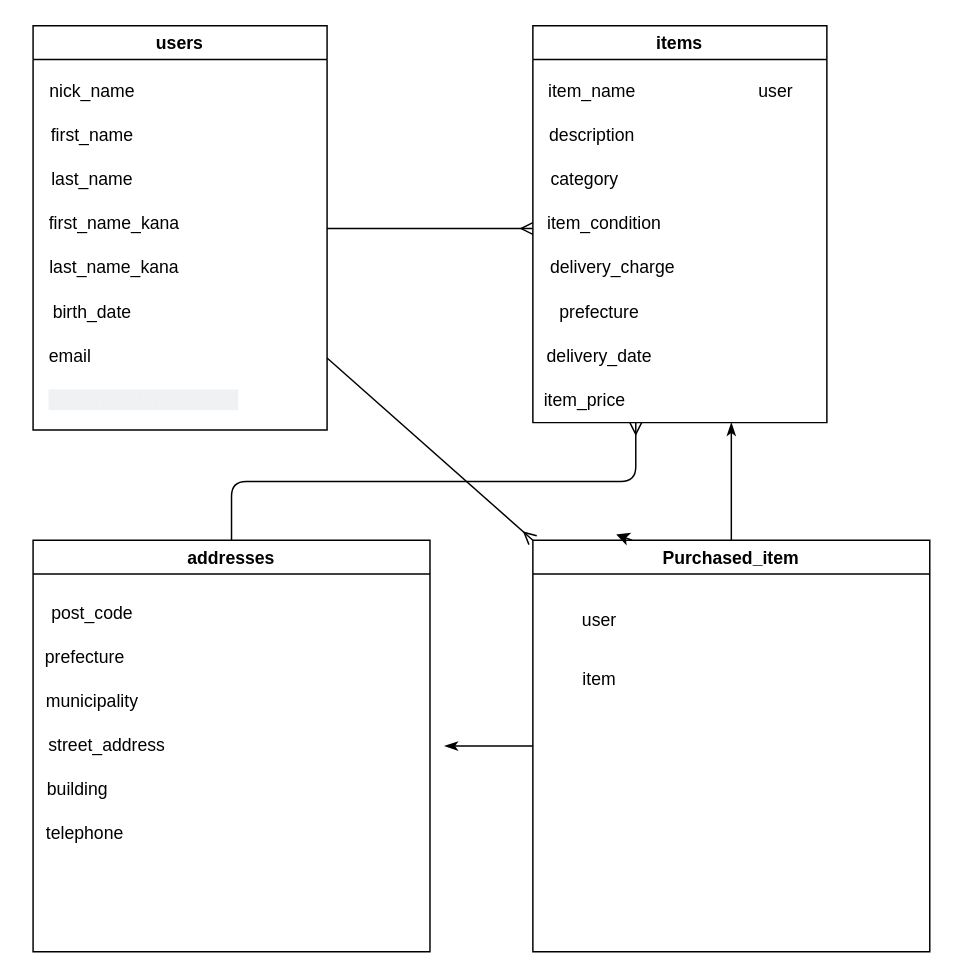
The draw.io diagram test.dio in CrazyDiamond777/furima-40166, before the edit. Source tidied: cells renumbered, new cells numbered last; positions are measured from the earlier drawing's top-left corner, leaving out a move shared by most shapes. Both pictures are drawn from the tidied source at 147%, with x=0, y=0 at pixel (25, 25).
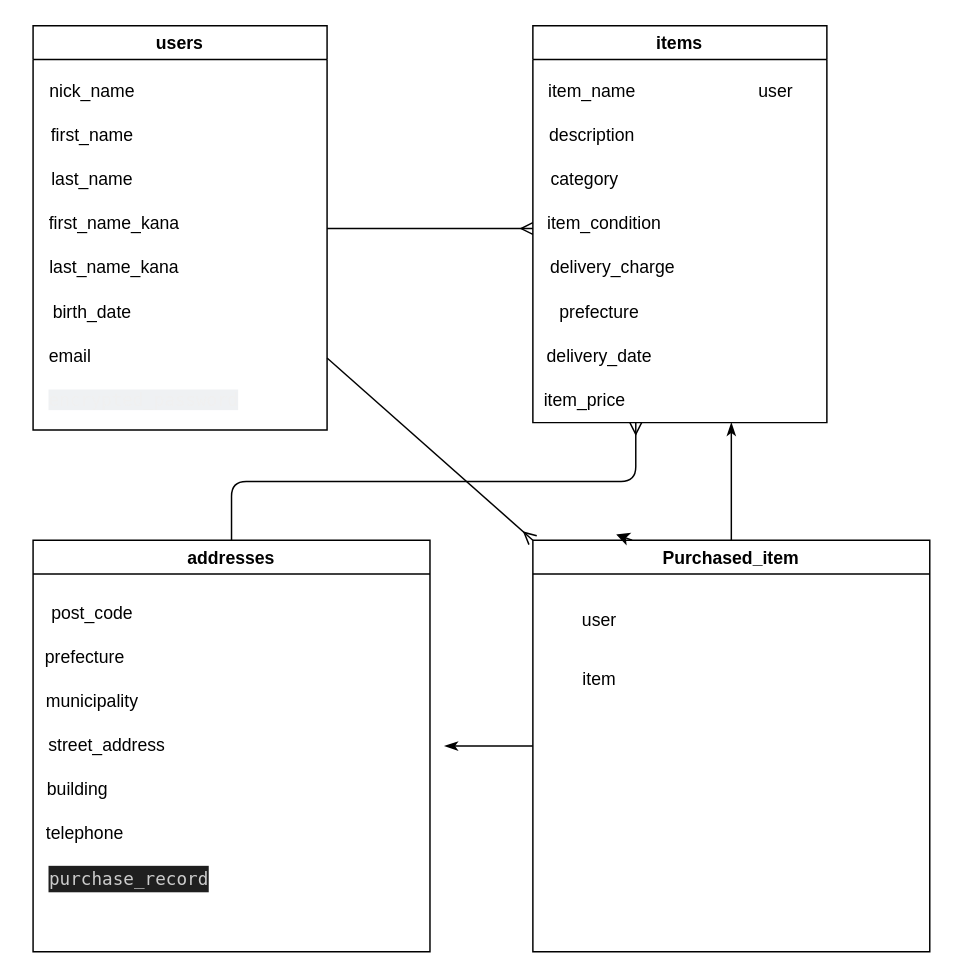
The same diagram, later.

The change refers to these unchanged cells:
```xml
<mxCell id="12" value="addresses" style="swimlane;" parent="1" vertex="1">
  <mxGeometry x="5" y="350" width="270" height="280" as="geometry" />
</mxCell>
```

Diff of the diagram source:
```diff
@@
+    <mxCell id="37" value="&lt;div style=&quot;color: rgb(204, 204, 204); background-color: rgb(31, 31, 31); font-family: Menlo, Monaco, &amp;quot;Courier New&amp;quot;, monospace; line-height: 18px;&quot;&gt;purchase_record&lt;/div&gt;" style="text;html=1;align=center;verticalAlign=middle;strokeColor=none;fillColor=none;" parent="12" vertex="1">
+      <mxGeometry y="215" width="130" height="30" as="geometry" />
+    </mxCell>
```
